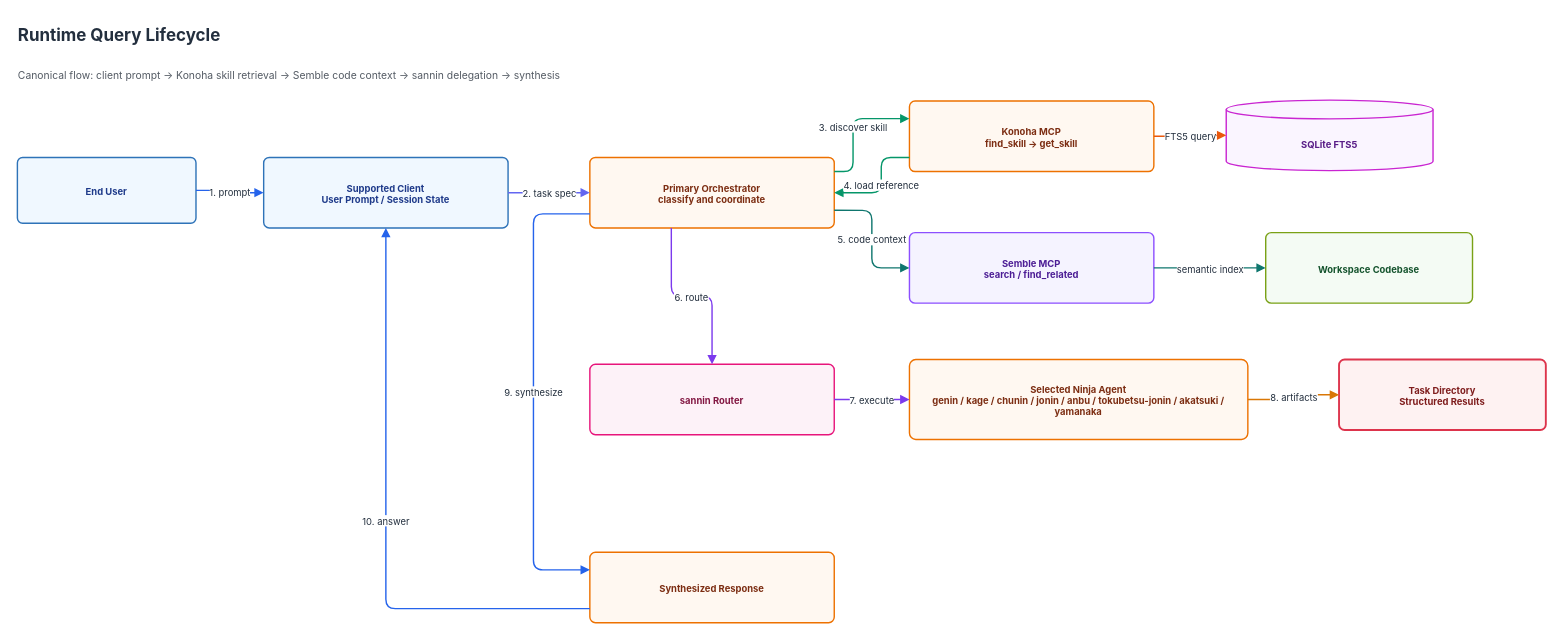
Earlier version of the draw.io diagram page "02 Runtime Query Lifecycle" (2 of 18) of docs/diagrams/konoha-infrastructure-architecture.drawio (andycungkrinx91/konoha). Source tidied: cells renumbered, new cells numbered last; positions are measured from the earlier drawing's top-left corner, leaving out a move shared by most shapes. Both pictures are drawn from the tidied source at 94%, with x=0, y=0 at pixel (16, 16).
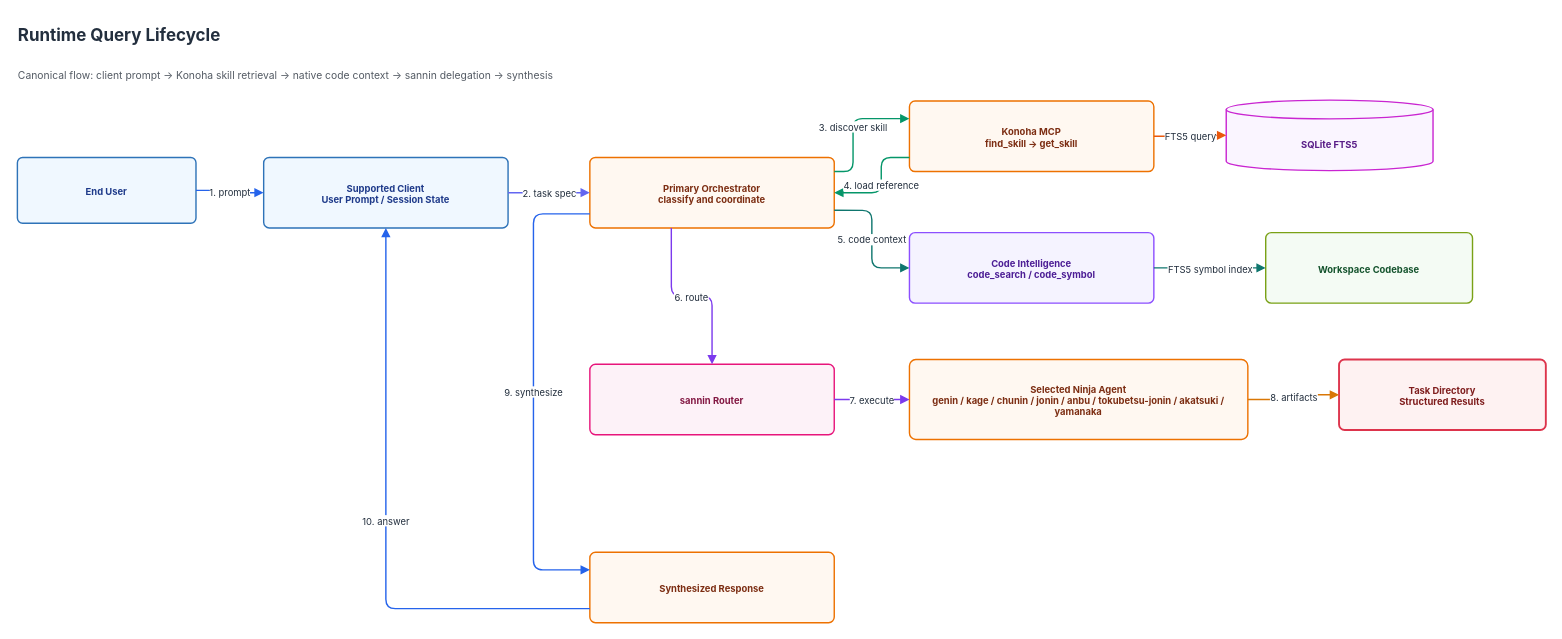
Above is the later version.

Unchanged cells that the change refers to:
```xml
<mxCell id="6" value="Primary Orchestrator&#10;classify and coordinate" style="rounded=1;arcSize=8;html=1;whiteSpace=wrap;fillColor=#FFF8F1;strokeColor=#ED7100;strokeWidth=1.5;fontFamily=Inter, system-ui, -apple-system;fontSize=10;fontColor=#7C2D12;fontStyle=1;shadow=0;agent=sannin;" parent="1" vertex="1">
  <mxGeometry x="610" y="150" width="260" height="75" as="geometry" />
</mxCell>
<mxCell id="10" value="Workspace Codebase" style="rounded=1;arcSize=8;html=1;whiteSpace=wrap;fillColor=#F4FBF4;strokeColor=#7AA116;strokeWidth=1.5;fontFamily=Inter, system-ui, -apple-system;fontSize=10;fontColor=#14532D;fontStyle=1;shadow=0;" parent="1" vertex="1">
  <mxGeometry x="1329" y="230" width="220" height="75" as="geometry" />
</mxCell>
```

The edit, as a diff of the source:
```diff
@@
-    <mxCell id="3" value="Canonical flow: client prompt -&gt; Konoha skill retrieval -&gt; Semble code context -&gt; sannin delegation -&gt; synthesis" style="text;html=1;strokeColor=none;fillColor=none;fontFamily=Inter, system-ui, -apple-system;fontSize=11;fontStyle=0;fontColor=#545B64;align=left;verticalAlign=middle;" parent="1" vertex="1">
+    <mxCell id="3" value="Canonical flow: client prompt -&gt; Konoha skill retrieval -&gt; native code context -&gt; sannin delegation -&gt; synthesis" style="text;html=1;strokeColor=none;fillColor=none;fontFamily=Inter, system-ui, -apple-system;fontSize=11;fontStyle=0;fontColor=#545B64;align=left;verticalAlign=middle;" parent="1" vertex="1">
       <mxGeometry y="40" width="1100" height="45" as="geometry" />
     </mxCell>
@@
-    <mxCell id="9" value="Semble MCP&#10;search / find_related" style="rounded=1;arcSize=8;html=1;whiteSpace=wrap;fillColor=#F5F3FF;strokeColor=#8C4FFF;strokeWidth=1.5;fontFamily=Inter, system-ui, -apple-system;fontSize=10;fontColor=#4C1D95;fontStyle=1;shadow=0;" parent="1" vertex="1">
-      <mxGeometry x="950" y="230" width="260" height="75" as="geometry" />
-    </mxCell>
+    <mxCell id="27" value="Code Intelligence&#10;code_search / code_symbol" style="rounded=1;arcSize=8;html=1;whiteSpace=wrap;fillColor=#F5F3FF;strokeColor=#8C4FFF;strokeWidth=1.5;fontFamily=Inter, system-ui, -apple-system;fontSize=10;fontColor=#4C1D95;fontStyle=1;shadow=0;" parent="1" vertex="1">
+      <mxGeometry x="950" y="230" width="260" height="75" as="geometry" />
+    </mxCell>
@@
-    <mxCell id="20" value="5. code context" style="edgeStyle=orthogonalEdgeStyle;rounded=1;jettySize=auto;html=1;strokeColor=#0f766e;strokeWidth=1.5;endArrow=block;endFill=1;exitX=1;exitY=0.75;entryX=0;entryY=0.5;fontFamily=Inter, system-ui, -apple-system;fontSize=10;fontColor=#232F3E;labelBackgroundColor=#FFFFFF;" parent="1" edge="1" source="6" target="9">
+    <mxCell id="20" value="5. code context" style="edgeStyle=orthogonalEdgeStyle;rounded=1;jettySize=auto;html=1;strokeColor=#0f766e;strokeWidth=1.5;endArrow=block;endFill=1;exitX=1;exitY=0.75;entryX=0;entryY=0.5;fontFamily=Inter, system-ui, -apple-system;fontSize=10;fontColor=#232F3E;labelBackgroundColor=#FFFFFF;" parent="1" edge="1" source="6" target="27">
       <mxGeometry relative="1" as="geometry">
         <Array as="points">
           <mxPoint x="910" y="206" />
           <mxPoint x="910" y="268" />
         </Array>
       </mxGeometry>
     </mxCell>
-    <mxCell id="21" value="semantic index" style="edgeStyle=orthogonalEdgeStyle;rounded=1;jettySize=auto;html=1;strokeColor=#0f766e;strokeWidth=1.5;endArrow=block;endFill=1;fontFamily=Inter, system-ui, -apple-system;fontSize=10;fontColor=#232F3E;labelBackgroundColor=#FFFFFF;" parent="1" edge="1" source="9" target="10">
+    <mxCell id="21" value="FTS5 symbol index" style="edgeStyle=orthogonalEdgeStyle;rounded=1;jettySize=auto;html=1;strokeColor=#0f766e;strokeWidth=1.5;endArrow=block;endFill=1;fontFamily=Inter, system-ui, -apple-system;fontSize=10;fontColor=#232F3E;labelBackgroundColor=#FFFFFF;" parent="1" edge="1" source="27" target="10">
       <mxGeometry relative="1" as="geometry" />
     </mxCell>
```
